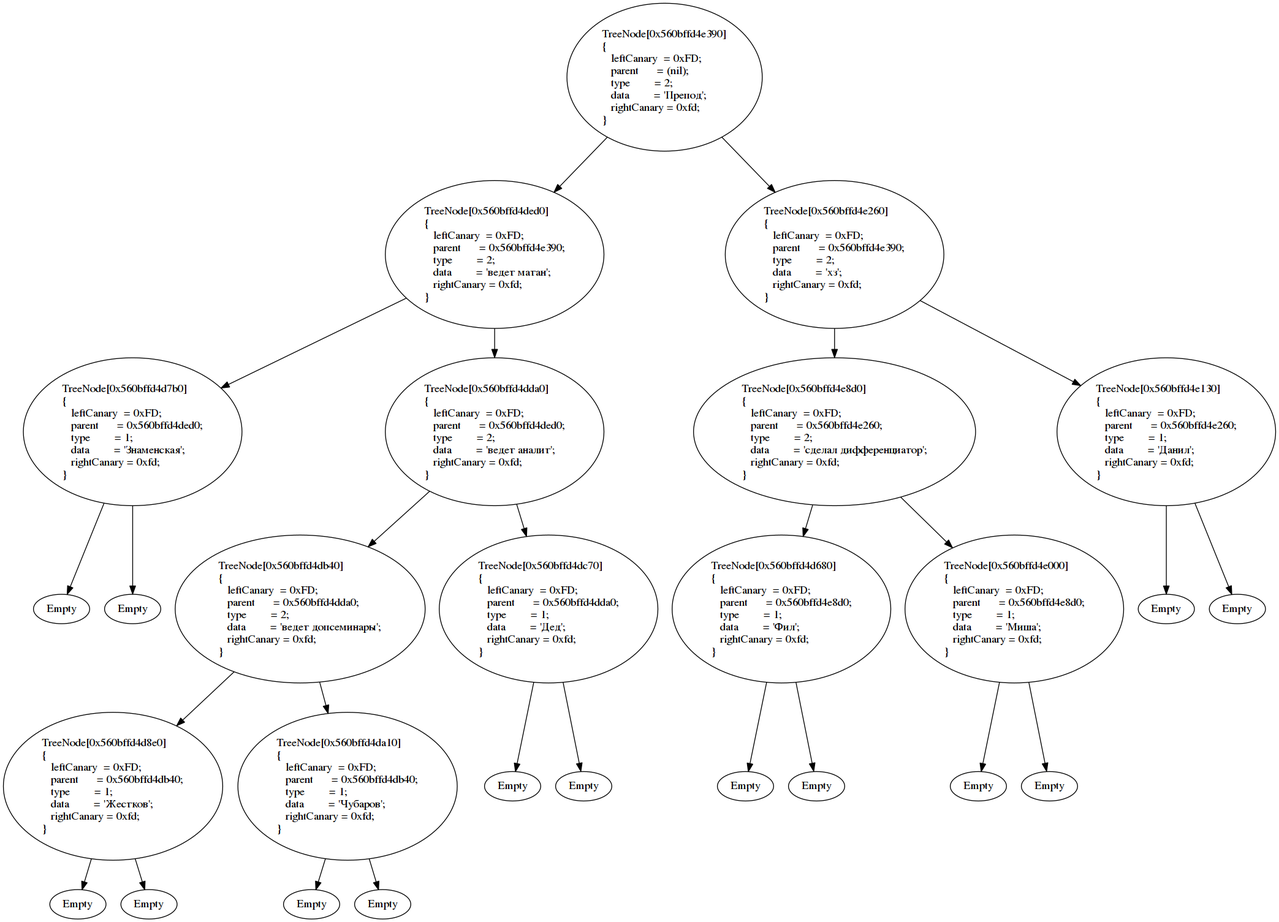
ZeronSix/technotrack keeps this Graphviz diagram as Akinator/AkinatorDump.png. Above is the earlier version. Its source is kept beside it as Akinator/AkinatorDump.gv.
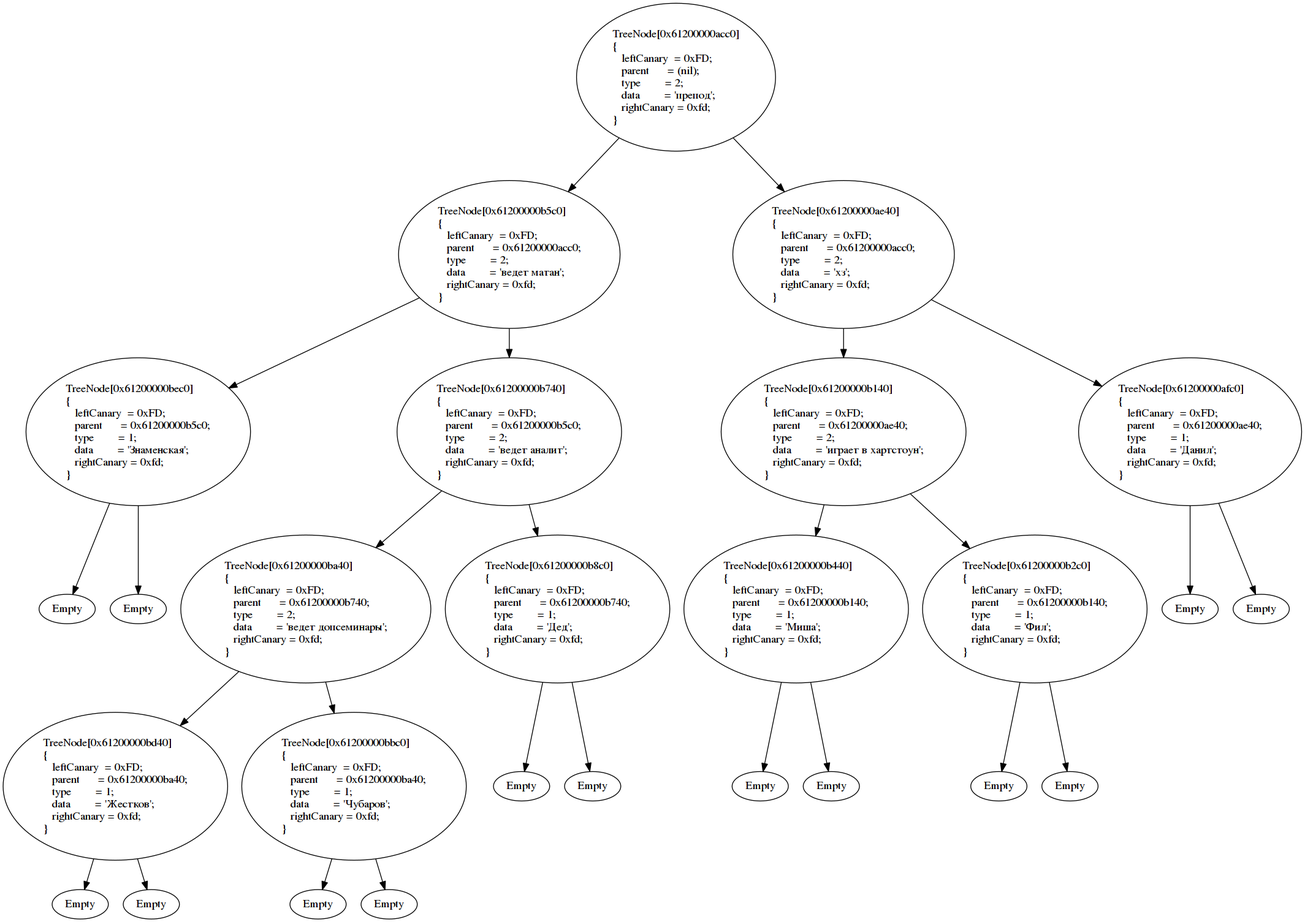
After the commit.

Change to the diagram source:
```diff
@@ -1,55 +1,55 @@
 digraph G {
-TreeNode_0x560bffd4e390 [label="TreeNode[0x560bffd4e390]\l{\l   leftCanary  = 0xFD;\l   parent      = (nil);\l   type        = 2;\l   data        = 'Препод';\l   rightCanary = 0xfd;\l}\l"]
-TreeNode_0x560bffd4ded0 [label="TreeNode[0x560bffd4ded0]\l{\l   leftCanary  = 0xFD;\l   parent      = 0x560bffd4e390;\l   type        = 2;\l   data        = 'ведет матан';\l   rightCanary = 0xfd;\l}\l"]
-TreeNode_0x560bffd4d7b0 [label="TreeNode[0x560bffd4d7b0]\l{\l   leftCanary  = 0xFD;\l   parent      = 0x560bffd4ded0;\l   type        = 1;\l   data        = 'Знаменская';\l   rightCanary = 0xfd;\l}\l"]
-TreeNode_0x560bffd4d7b0_Left [label="Empty"]
-TreeNode_0x560bffd4d7b0 -> TreeNode_0x560bffd4d7b0_Left
-TreeNode_0x560bffd4d7b0_Right [label="Empty"]
-TreeNode_0x560bffd4d7b0 -> TreeNode_0x560bffd4d7b0_Right
-TreeNode_0x560bffd4dda0 [label="TreeNode[0x560bffd4dda0]\l{\l   leftCanary  = 0xFD;\l   parent      = 0x560bffd4ded0;\l   type        = 2;\l   data        = 'ведет аналит';\l   rightCanary = 0xfd;\l}\l"]
-TreeNode_0x560bffd4db40 [label="TreeNode[0x560bffd4db40]\l{\l   leftCanary  = 0xFD;\l   parent      = 0x560bffd4dda0;\l   type        = 2;\l   data        = 'ведет допсеминары';\l   rightCanary = 0xfd;\l}\l"]
-TreeNode_0x560bffd4d8e0 [label="TreeNode[0x560bffd4d8e0]\l{\l   leftCanary  = 0xFD;\l   parent      = 0x560bffd4db40;\l   type        = 1;\l   data        = 'Жестков';\l   rightCanary = 0xfd;\l}\l"]
-TreeNode_0x560bffd4d8e0_Left [label="Empty"]
-TreeNode_0x560bffd4d8e0 -> TreeNode_0x560bffd4d8e0_Left
-TreeNode_0x560bffd4d8e0_Right [label="Empty"]
-TreeNode_0x560bffd4d8e0 -> TreeNode_0x560bffd4d8e0_Right
-TreeNode_0x560bffd4da10 [label="TreeNode[0x560bffd4da10]\l{\l   leftCanary  = 0xFD;\l   parent      = 0x560bffd4db40;\l   type        = 1;\l   data        = 'Чубаров';\l   rightCanary = 0xfd;\l}\l"]
-TreeNode_0x560bffd4da10_Left [label="Empty"]
-TreeNode_0x560bffd4da10 -> TreeNode_0x560bffd4da10_Left
-TreeNode_0x560bffd4da10_Right [label="Empty"]
-TreeNode_0x560bffd4da10 -> TreeNode_0x560bffd4da10_Right
-TreeNode_0x560bffd4db40 -> TreeNode_0x560bffd4d8e0
-TreeNode_0x560bffd4db40 -> TreeNode_0x560bffd4da10
-TreeNode_0x560bffd4dc70 [label="TreeNode[0x560bffd4dc70]\l{\l   leftCanary  = 0xFD;\l   parent      = 0x560bffd4dda0;\l   type        = 1;\l   data        = 'Дед';\l   rightCanary = 0xfd;\l}\l"]
-TreeNode_0x560bffd4dc70_Left [label="Empty"]
-TreeNode_0x560bffd4dc70 -> TreeNode_0x560bffd4dc70_Left
-TreeNode_0x560bffd4dc70_Right [label="Empty"]
-TreeNode_0x560bffd4dc70 -> TreeNode_0x560bffd4dc70_Right
-TreeNode_0x560bffd4dda0 -> TreeNode_0x560bffd4db40
-TreeNode_0x560bffd4dda0 -> TreeNode_0x560bffd4dc70
-TreeNode_0x560bffd4ded0 -> TreeNode_0x560bffd4d7b0
-TreeNode_0x560bffd4ded0 -> TreeNode_0x560bffd4dda0
-TreeNode_0x560bffd4e260 [label="TreeNode[0x560bffd4e260]\l{\l   leftCanary  = 0xFD;\l   parent      = 0x560bffd4e390;\l   type        = 2;\l   data        = 'хз';\l   rightCanary = 0xfd;\l}\l"]
-TreeNode_0x560bffd4e8d0 [label="TreeNode[0x560bffd4e8d0]\l{\l   leftCanary  = 0xFD;\l   parent      = 0x560bffd4e260;\l   type        = 2;\l   data        = 'сделал дифференциатор';\l   rightCanary = 0xfd;\l}\l"]
-TreeNode_0x560bffd4d680 [label="TreeNode[0x560bffd4d680]\l{\l   leftCanary  = 0xFD;\l   parent      = 0x560bffd4e8d0;\l   type        = 1;\l   data        = 'Фил';\l   rightCanary = 0xfd;\l}\l"]
-TreeNode_0x560bffd4d680_Left [label="Empty"]
-TreeNode_0x560bffd4d680 -> TreeNode_0x560bffd4d680_Left
-TreeNode_0x560bffd4d680_Right [label="Empty"]
-TreeNode_0x560bffd4d680 -> TreeNode_0x560bffd4d680_Right
-TreeNode_0x560bffd4e000 [label="TreeNode[0x560bffd4e000]\l{\l   leftCanary  = 0xFD;\l   parent      = 0x560bffd4e8d0;\l   type        = 1;\l   data        = 'Миша';\l   rightCanary = 0xfd;\l}\l"]
-TreeNode_0x560bffd4e000_Left [label="Empty"]
-TreeNode_0x560bffd4e000 -> TreeNode_0x560bffd4e000_Left
-TreeNode_0x560bffd4e000_Right [label="Empty"]
-TreeNode_0x560bffd4e000 -> TreeNode_0x560bffd4e000_Right
-TreeNode_0x560bffd4e8d0 -> TreeNode_0x560bffd4d680
-TreeNode_0x560bffd4e8d0 -> TreeNode_0x560bffd4e000
-TreeNode_0x560bffd4e130 [label="TreeNode[0x560bffd4e130]\l{\l   leftCanary  = 0xFD;\l   parent      = 0x560bffd4e260;\l   type        = 1;\l   data        = 'Данил';\l   rightCanary = 0xfd;\l}\l"]
-TreeNode_0x560bffd4e130_Left [label="Empty"]
-TreeNode_0x560bffd4e130 -> TreeNode_0x560bffd4e130_Left
-TreeNode_0x560bffd4e130_Right [label="Empty"]
-TreeNode_0x560bffd4e130 -> TreeNode_0x560bffd4e130_Right
-TreeNode_0x560bffd4e260 -> TreeNode_0x560bffd4e8d0
-TreeNode_0x560bffd4e260 -> TreeNode_0x560bffd4e130
-TreeNode_0x560bffd4e390 -> TreeNode_0x560bffd4ded0
-TreeNode_0x560bffd4e390 -> TreeNode_0x560bffd4e260
+TreeNode_0x61200000acc0 [label="TreeNode[0x61200000acc0]\l{\l   leftCanary  = 0xFD;\l   parent      = (nil);\l   type        = 2;\l   data        = 'препод';\l   rightCanary = 0xfd;\l}\l"]
+TreeNode_0x61200000b5c0 [label="TreeNode[0x61200000b5c0]\l{\l   leftCanary  = 0xFD;\l   parent      = 0x61200000acc0;\l   type        = 2;\l   data        = 'ведет матан';\l   rightCanary = 0xfd;\l}\l"]
+TreeNode_0x61200000bec0 [label="TreeNode[0x61200000bec0]\l{\l   leftCanary  = 0xFD;\l   parent      = 0x61200000b5c0;\l   type        = 1;\l   data        = 'Знаменская';\l   rightCanary = 0xfd;\l}\l"]
+TreeNode_0x61200000bec0_Left [label="Empty"]
+TreeNode_0x61200000bec0 -> TreeNode_0x61200000bec0_Left
+TreeNode_0x61200000bec0_Right [label="Empty"]
+TreeNode_0x61200000bec0 -> TreeNode_0x61200000bec0_Right
+TreeNode_0x61200000b740 [label="TreeNode[0x61200000b740]\l{\l   leftCanary  = 0xFD;\l   parent      = 0x61200000b5c0;\l   type        = 2;\l   data        = 'ведет аналит';\l   rightCanary = 0xfd;\l}\l"]
+TreeNode_0x61200000ba40 [label="TreeNode[0x61200000ba40]\l{\l   leftCanary  = 0xFD;\l   parent      = 0x61200000b740;\l   type        = 2;\l   data        = 'ведет допсеминары';\l   rightCanary = 0xfd;\l}\l"]
+TreeNode_0x61200000bd40 [label="TreeNode[0x61200000bd40]\l{\l   leftCanary  = 0xFD;\l   parent      = 0x61200000ba40;\l   type        = 1;\l   data        = 'Жестков';\l   rightCanary = 0xfd;\l}\l"]
+TreeNode_0x61200000bd40_Left [label="Empty"]
+TreeNode_0x61200000bd40 -> TreeNode_0x61200000bd40_Left
+TreeNode_0x61200000bd40_Right [label="Empty"]
+TreeNode_0x61200000bd40 -> TreeNode_0x61200000bd40_Right
+TreeNode_0x61200000bbc0 [label="TreeNode[0x61200000bbc0]\l{\l   leftCanary  = 0xFD;\l   parent      = 0x61200000ba40;\l   type        = 1;\l   data        = 'Чубаров';\l   rightCanary = 0xfd;\l}\l"]
+TreeNode_0x61200000bbc0_Left [label="Empty"]
+TreeNode_0x61200000bbc0 -> TreeNode_0x61200000bbc0_Left
+TreeNode_0x61200000bbc0_Right [label="Empty"]
+TreeNode_0x61200000bbc0 -> TreeNode_0x61200000bbc0_Right
+TreeNode_0x61200000ba40 -> TreeNode_0x61200000bd40
+TreeNode_0x61200000ba40 -> TreeNode_0x61200000bbc0
+TreeNode_0x61200000b8c0 [label="TreeNode[0x61200000b8c0]\l{\l   leftCanary  = 0xFD;\l   parent      = 0x61200000b740;\l   type        = 1;\l   data        = 'Дед';\l   rightCanary = 0xfd;\l}\l"]
+TreeNode_0x61200000b8c0_Left [label="Empty"]
+TreeNode_0x61200000b8c0 -> TreeNode_0x61200000b8c0_Left
+TreeNode_0x61200000b8c0_Right [label="Empty"]
+TreeNode_0x61200000b8c0 -> TreeNode_0x61200000b8c0_Right
+TreeNode_0x61200000b740 -> TreeNode_0x61200000ba40
+TreeNode_0x61200000b740 -> TreeNode_0x61200000b8c0
+TreeNode_0x61200000b5c0 -> TreeNode_0x61200000bec0
+TreeNode_0x61200000b5c0 -> TreeNode_0x61200000b740
+TreeNode_0x61200000ae40 [label="TreeNode[0x61200000ae40]\l{\l   leftCanary  = 0xFD;\l   parent      = 0x61200000acc0;\l   type        = 2;\l   data        = 'хз';\l   rightCanary = 0xfd;\l}\l"]
+TreeNode_0x61200000b140 [label="TreeNode[0x61200000b140]\l{\l   leftCanary  = 0xFD;\l   parent      = 0x61200000ae40;\l   type        = 2;\l   data        = 'играет в хартстоун';\l   rightCanary = 0xfd;\l}\l"]
+TreeNode_0x61200000b440 [label="TreeNode[0x61200000b440]\l{\l   leftCanary  = 0xFD;\l   parent      = 0x61200000b140;\l   type        = 1;\l   data        = 'Миша';\l   rightCanary = 0xfd;\l}\l"]
+TreeNode_0x61200000b440_Left [label="Empty"]
+TreeNode_0x61200000b440 -> TreeNode_0x61200000b440_Left
+TreeNode_0x61200000b440_Right [label="Empty"]
+TreeNode_0x61200000b440 -> TreeNode_0x61200000b440_Right
+TreeNode_0x61200000b2c0 [label="TreeNode[0x61200000b2c0]\l{\l   leftCanary  = 0xFD;\l   parent      = 0x61200000b140;\l   type        = 1;\l   data        = 'Фил';\l   rightCanary = 0xfd;\l}\l"]
+TreeNode_0x61200000b2c0_Left [label="Empty"]
+TreeNode_0x61200000b2c0 -> TreeNode_0x61200000b2c0_Left
+TreeNode_0x61200000b2c0_Right [label="Empty"]
+TreeNode_0x61200000b2c0 -> TreeNode_0x61200000b2c0_Right
+TreeNode_0x61200000b140 -> TreeNode_0x61200000b440
+TreeNode_0x61200000b140 -> TreeNode_0x61200000b2c0
+TreeNode_0x61200000afc0 [label="TreeNode[0x61200000afc0]\l{\l   leftCanary  = 0xFD;\l   parent      = 0x61200000ae40;\l   type        = 1;\l   data        = 'Данил';\l   rightCanary = 0xfd;\l}\l"]
+TreeNode_0x61200000afc0_Left [label="Empty"]
+TreeNode_0x61200000afc0 -> TreeNode_0x61200000afc0_Left
+TreeNode_0x61200000afc0_Right [label="Empty"]
+TreeNode_0x61200000afc0 -> TreeNode_0x61200000afc0_Right
+TreeNode_0x61200000ae40 -> TreeNode_0x61200000b140
+TreeNode_0x61200000ae40 -> TreeNode_0x61200000afc0
+TreeNode_0x61200000acc0 -> TreeNode_0x61200000b5c0
+TreeNode_0x61200000acc0 -> TreeNode_0x61200000ae40
 }
```
